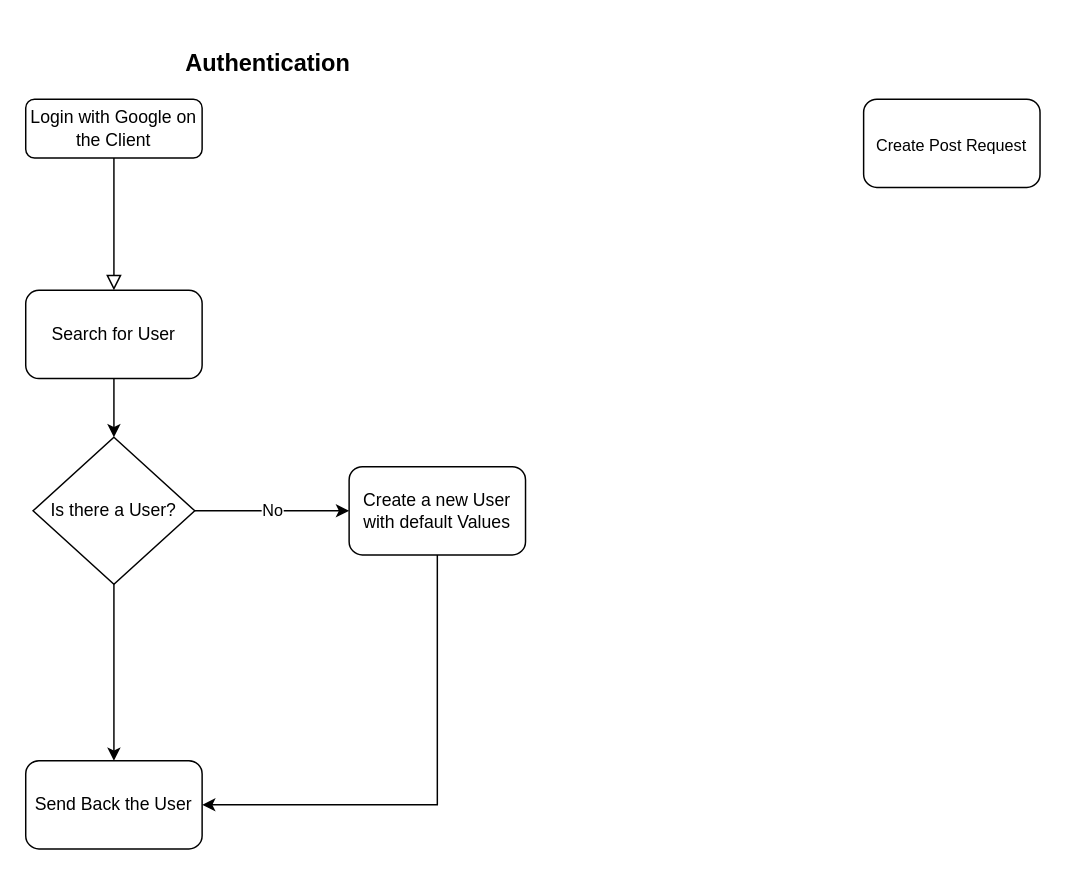
Earlier version of the draw.io diagram Thoughts2.drawio (twitocode/Draw.io-Diagrams). Source tidied: cells renumbered, new cells numbered last; positions are measured from the earlier drawing's top-left corner, leaving out a move shared by most shapes. Both pictures are drawn from the tidied source at 147%, with x=0, y=0 at pixel (25, 25).
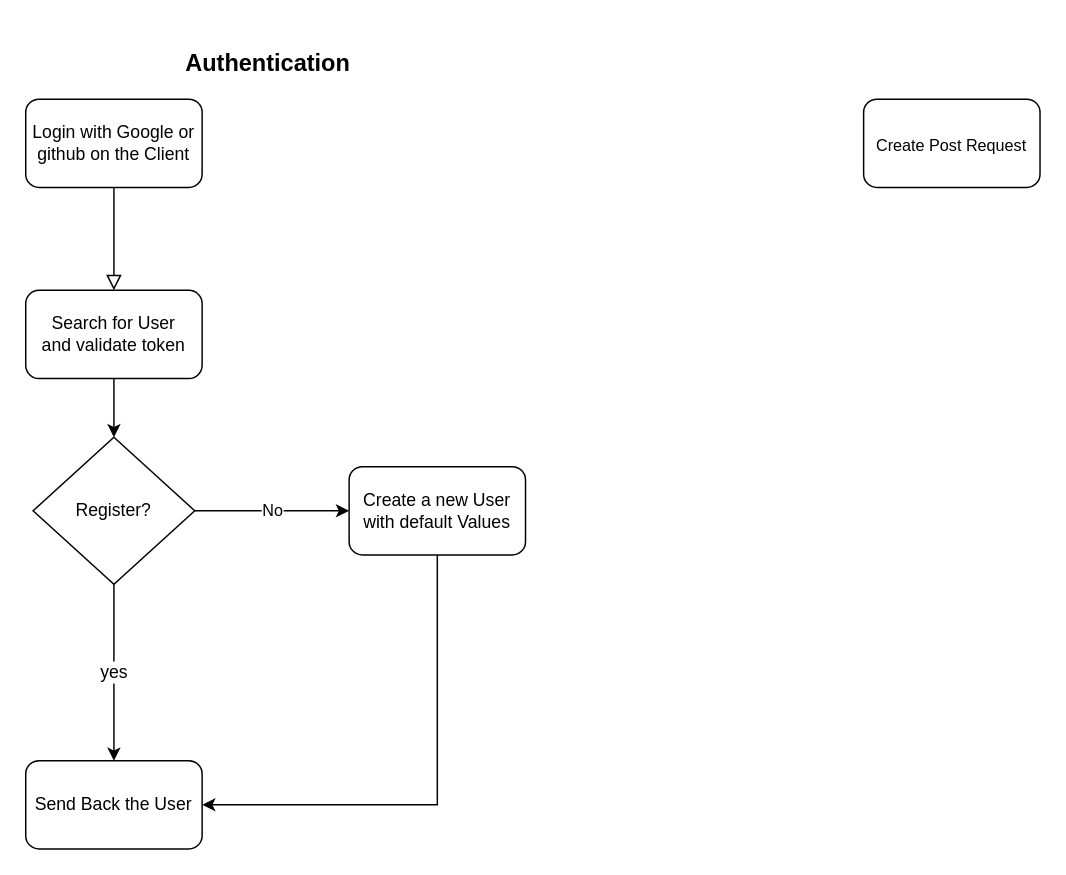
The same diagram, later.

The edit, as a diff of the source:
```diff
@@
 <mxGraphModel>
   <root>
     <mxCell id="0" />
     <mxCell id="1" parent="0" />
     <mxCell id="2" style="group;" parent="1" vertex="1">
       <mxGeometry width="340" height="560" as="geometry" />
     </mxCell>
     <mxCell id="3" value="&lt;b&gt;&lt;font style=&quot;font-size: 16px&quot;&gt;Authentication&lt;/font&gt;&lt;/b&gt;" style="text;html=1;strokeColor=none;fillColor=none;align=center;verticalAlign=middle;whiteSpace=wrap;rounded=0;fontSize=12;" parent="2" vertex="1">
       <mxGeometry x="20" y="10" width="290" height="30" as="geometry" />
     </mxCell>
     <mxCell id="4" style="group;" parent="2" vertex="1">
       <mxGeometry y="50" width="340" height="510" as="geometry" />
     </mxCell>
-    <mxCell id="5" value="Login with Google on the Client" style="rounded=1;whiteSpace=wrap;html=1;fontSize=12;glass=0;strokeWidth=1;shadow=0;" parent="4" vertex="1">
-      <mxGeometry width="120" height="40" as="geometry" />
+    <mxCell id="5" value="Login with Google or github on the Client" style="rounded=1;whiteSpace=wrap;html=1;fontSize=12;glass=0;strokeWidth=1;shadow=0;" parent="4" vertex="1">
+      <mxGeometry width="120" height="60" as="geometry" />
     </mxCell>
-    <mxCell id="6" value="Search for User" style="rounded=1;whiteSpace=wrap;html=1;" parent="4" vertex="1">
+    <mxCell id="6" value="Search for User&lt;br&gt;and validate token" style="rounded=1;whiteSpace=wrap;html=1;" parent="4" vertex="1">
       <mxGeometry y="130" width="120" height="60" as="geometry" />
     </mxCell>
     <mxCell id="7" style="rounded=0;html=1;jettySize=auto;fontSize=11;endArrow=block;endFill=0;endSize=8;strokeWidth=1;shadow=0;labelBackgroundColor=none;edgeStyle=orthogonalEdgeStyle;entryX=0.5;entryY=0;entryDx=0;entryDy=0;" parent="4" edge="1" source="5" target="6">
       <mxGeometry relative="1" as="geometry" />
     </mxCell>
-    <mxCell id="8" value="Is there a User?" style="rhombus;whiteSpace=wrap;html=1;" parent="4" vertex="1">
+    <mxCell id="8" value="Register?" style="rhombus;whiteSpace=wrap;html=1;" parent="4" vertex="1">
       <mxGeometry x="5" y="230" width="110" height="100" as="geometry" />
     </mxCell>
     <mxCell id="9" style="edgeStyle=orthogonalEdgeStyle;rounded=0;jettySize=auto;html=1;" parent="4" edge="1" source="6" target="8">
       <mxGeometry relative="1" as="geometry" />
     </mxCell>
     <mxCell id="10" value="Create a new User with default Values" style="rounded=1;whiteSpace=wrap;html=1;" parent="4" vertex="1">
       <mxGeometry x="220" y="250" width="120" height="60" as="geometry" />
     </mxCell>
     <mxCell id="11" value="No" style="edgeStyle=orthogonalEdgeStyle;rounded=0;jettySize=auto;html=1;" parent="4" edge="1" source="8" target="10">
       <mxGeometry relative="1" as="geometry">
         <Array as="points">
           <mxPoint x="140" y="280" />
           <mxPoint x="140" y="280" />
         </Array>
       </mxGeometry>
     </mxCell>
     <mxCell id="12" value="Send Back the User" style="rounded=1;whiteSpace=wrap;html=1;" parent="4" vertex="1">
       <mxGeometry y="450" width="120" height="60" as="geometry" />
     </mxCell>
-    <mxCell id="13" style="edgeStyle=orthogonalEdgeStyle;rounded=0;jettySize=auto;html=1;fontSize=12;" parent="4" edge="1" source="8" target="12">
+    <mxCell id="13" value="yes" style="edgeStyle=orthogonalEdgeStyle;rounded=0;jettySize=auto;html=1;fontSize=12;" parent="4" edge="1" source="8" target="12">
       <mxGeometry relative="1" as="geometry" />
     </mxCell>
     <mxCell id="14" style="edgeStyle=orthogonalEdgeStyle;rounded=0;jettySize=auto;html=1;exitX=0.5;exitY=1;exitDx=0;exitDy=0;entryX=1;entryY=0.5;entryDx=0;entryDy=0;fontSize=12;" parent="4" edge="1" source="10" target="12">
       <mxGeometry relative="1" as="geometry" />
     </mxCell>
     <mxCell id="15" value="&lt;font style=&quot;font-size: 11px&quot;&gt;Create Post Request&lt;/font&gt;" style="rounded=1;whiteSpace=wrap;html=1;fontSize=16;" parent="1" vertex="1">
       <mxGeometry x="570" y="50" width="120" height="60" as="geometry" />
     </mxCell>
   </root>
 </mxGraphModel>
```
